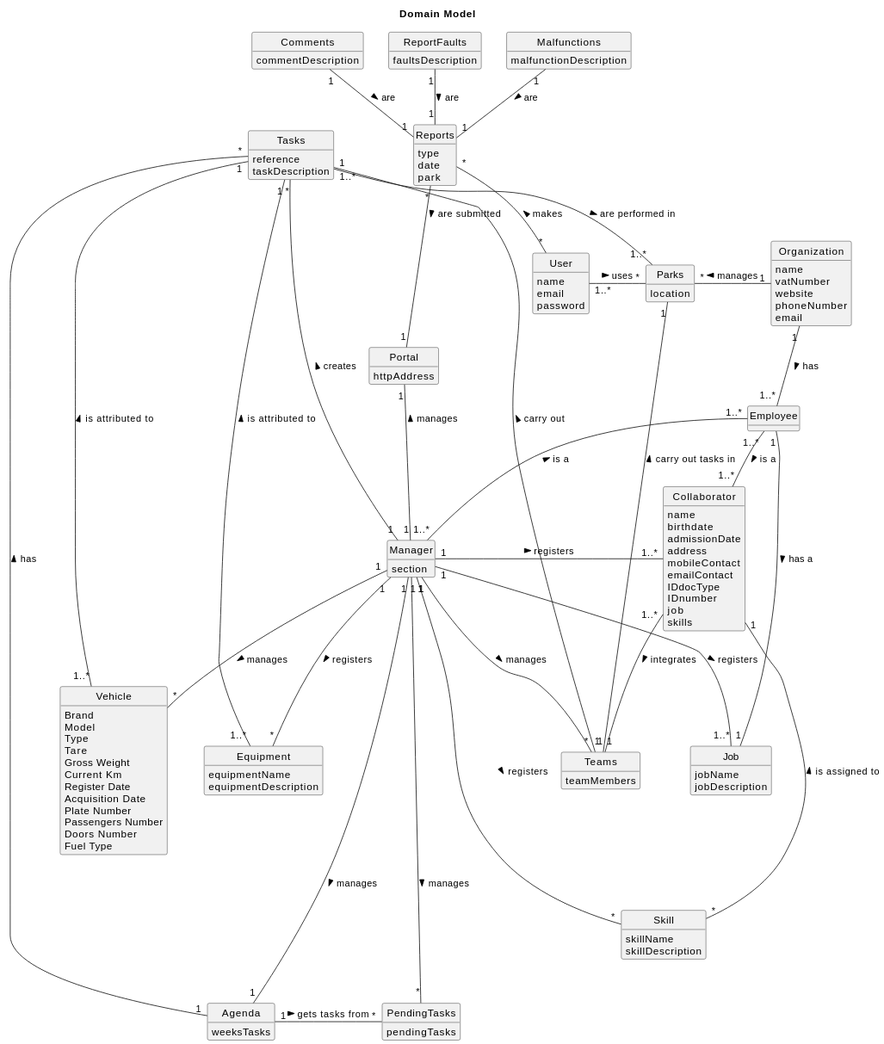
Before: docs/sprintA/global-artifacts/02.analysis/svg/project-domain-model.svg, a diagram exported from PlantUML (Paulo-Pereira-at-ISEP/lei-24-s2-1nanb-g321).
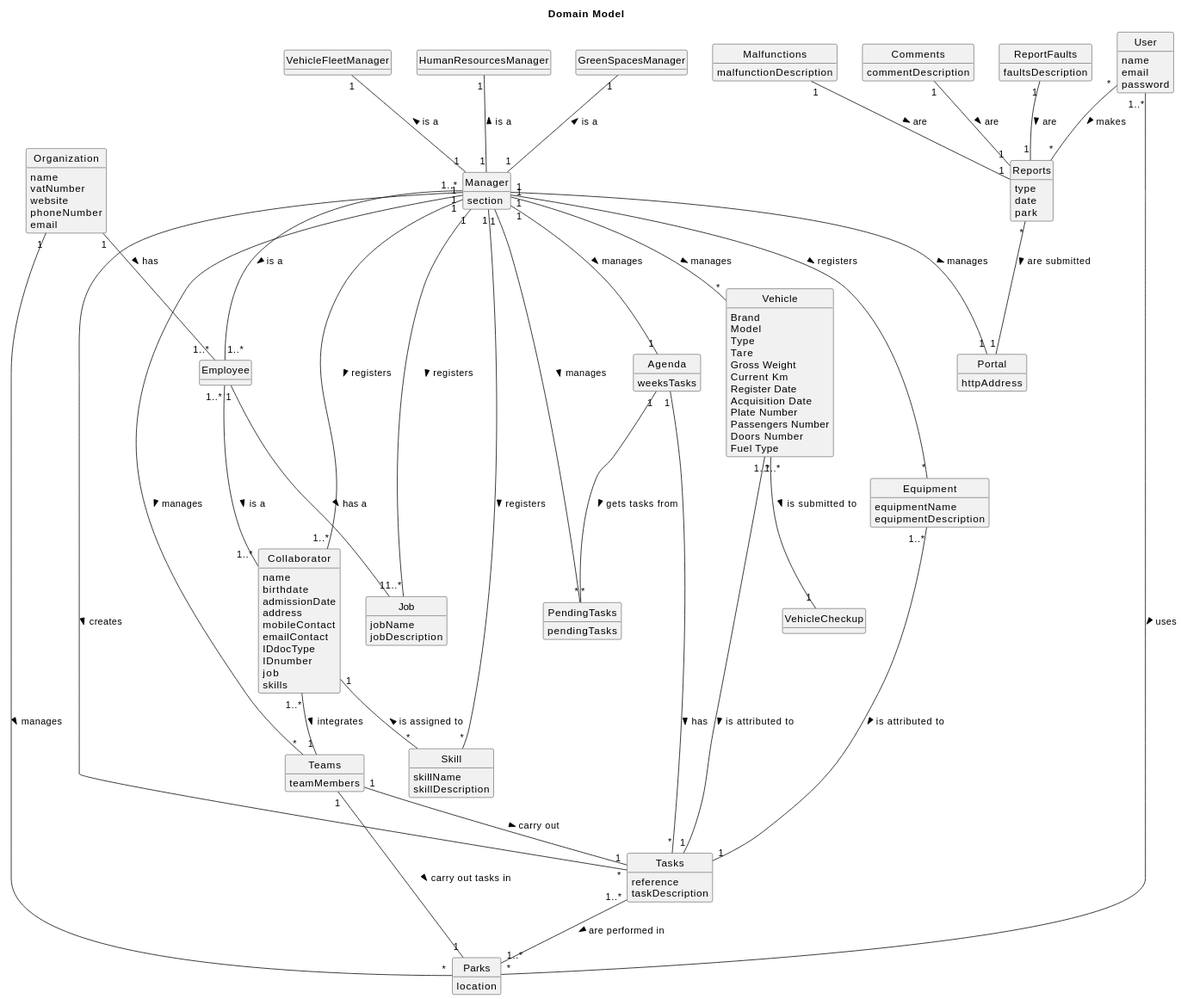
The same diagram one commit later.

Commit message:
LGGPM-19 - Sprint A - Global Artefacts - domain model update

What changed in the source:
```diff
@@ -37,6 +37,18 @@
     section
 }
 
+class HumanResourcesManager {
+
+}
+
+class VehicleFleetManager {
+
+}
+
+class GreenSpacesManager {
+
+}
+
 class Skill {
     skillName
     skillDescription
@@ -64,6 +76,9 @@
     Trailer Machines (Yes/No)
     Last Maintenance/Check-up (Km)
     Last Maintenance/Check-up (Date)
+}
+
+class VehicleCheckup{
 }
 
 class Equipment {
@@ -125,49 +140,52 @@
 
 
 
-Manager "1..*" --up "1..*" Employee: is a >
-Manager "1" -up "1" Portal: manages >
-Manager "1" --right "1..*" Job: registers >
-Manager "1" --- "*" Skill: registers >
-Manager "1" --right "1..*" Collaborator: registers >
-Manager "1" ---- "1" Agenda: manages >
-Manager "1" ---- "*" PendingTasks: manages >
+Manager "1..*" -- "1..*" Employee: is a >
+Manager "1" -- "1" Portal: manages >
+Manager "1" --up "1..*" Job: registers >
+Manager "1" -- "*" Skill: registers >
+Manager "1" -- "1..*" Collaborator: registers >
+Manager "1" -- "1" Agenda: manages >
+Manager "1" -- "*" PendingTasks: manages >
 Manager "1" -- "*" Equipment: registers >
 Manager "1" -- "*" Vehicle: manages >
-Manager "1" --left "*" Tasks: creates >
+Manager "1" -- "*" Tasks: creates >
 Manager "1" -- "*" Teams: manages >
+Manager "1" --up "1" HumanResourcesManager: is a >
+Manager "1" --up "1" VehicleFleetManager: is a >
+Manager "1" --up "1" GreenSpacesManager: is a >
 
-Agenda "1" - "*" PendingTasks: gets tasks from >
+Agenda "1" -- "*" PendingTasks: gets tasks from >
 
 
-User "1..*" - "*" Parks: uses >
-User "*" --up "*" Reports: makes >
+User "1..*" -- "*" Parks: uses >
+User "*" -- "*" Reports: makes >
 
 Comments "1" -- "1" Reports: are >
 ReportFaults "1" -- "1" Reports: are >
 Malfunctions "1" -- "1" Reports: are >
 
-Teams "1" - "1" Parks: carry out tasks in >
-Teams "1" - "1" Tasks: carry out >
+Teams "1" -- "1" Parks: carry out tasks in >
+Teams "1" -- "1" Tasks: carry out >
 
 
-Organization "1" -left "*" Parks: manages >
+Organization "1" -- "*" Parks: manages >
 Organization "1" -- "1..*" Employee : has >
 
 
 Employee "1..*" -- "1..*" Collaborator: is a >
-Employee "1" --- "1" Job: has a >
+Employee "1" -- "1" Job: has a >
 
-Collaborator "1" --down "*" Skill: is assigned to <
-Collaborator "1..*" --down "1" Teams: integrates >
+Collaborator "1" -- "*" Skill: is assigned to <
+Collaborator "1..*" -- "1" Teams: integrates >
 
 
 
-Vehicle "1..*" - "1" Tasks: is attributed to >
+Vehicle "1..*" -- "1" Tasks: is attributed to >
+Vehicle "1..*" -- "1" VehicleCheckup: is submitted to >
+Equipment "1..*" -- "1" Tasks: is attributed to >
 
-Equipment "1..*" - "1" Tasks: is attributed to >
-
-Agenda "1" -left "*" Tasks: has >
+Agenda "1" -- "*" Tasks: has >
 
 
 Tasks "1..*" -- "1..*" Parks: are performed in >
```
